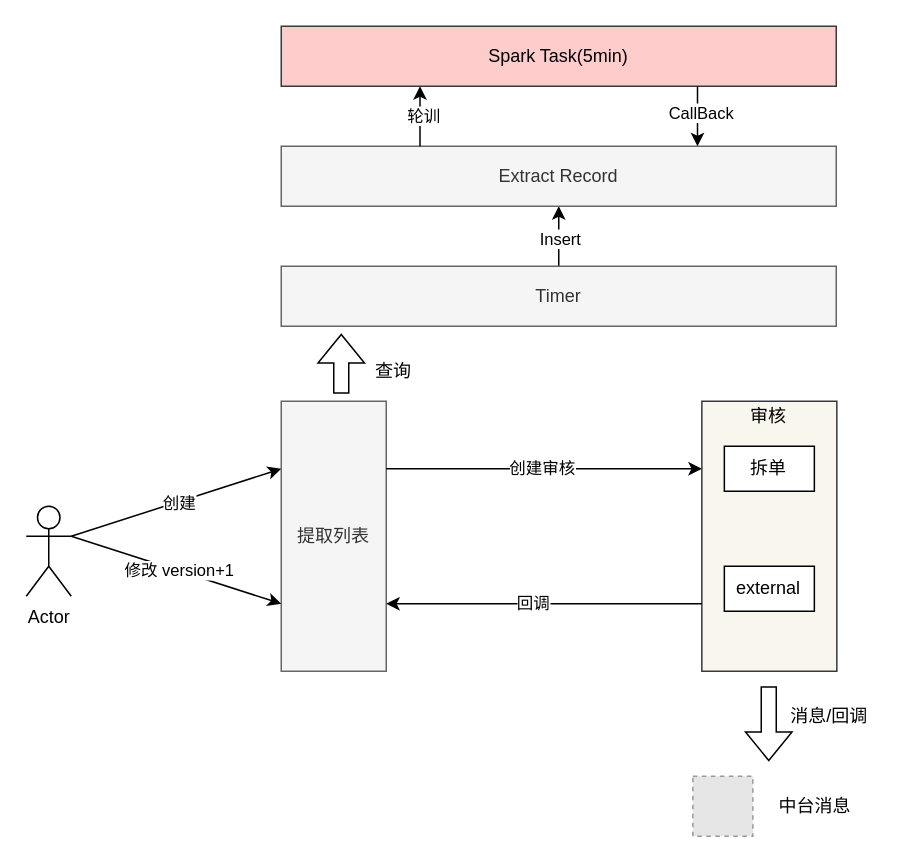
Before: feature_export.drawio in learn2Pro/draw_io_save, a draw.io diagram. Source tidied: cells renumbered, new cells numbered last; positions are measured from the earlier drawing's top-left corner, leaving out a move shared by most shapes. Both pictures are drawn from the tidied source at 150%, with x=0, y=0 at pixel (26, 26). Pictures stored in the file or linked from it are replaced by grey dashed boxes.
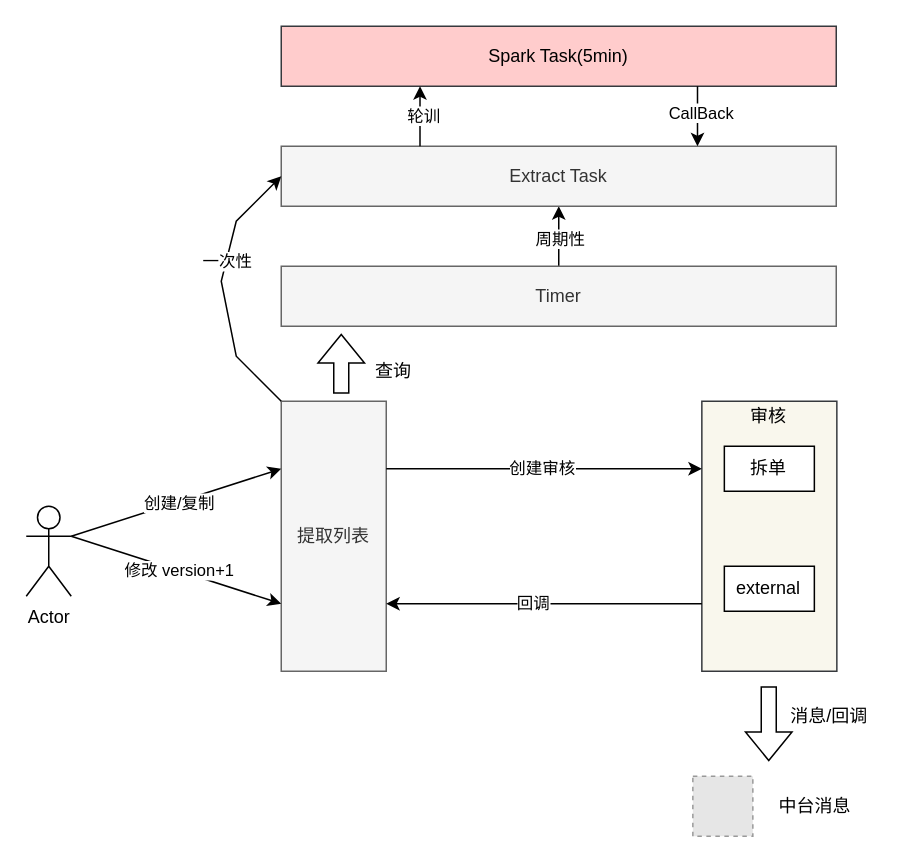
The same diagram, later.

Unchanged cells that the change refers to:
```xml
<mxCell id="3" value="提取列表" style="rounded=0;whiteSpace=wrap;html=1;fillColor=#f5f5f5;fontColor=#333333;strokeColor=#666666;" parent="1" vertex="1">
  <mxGeometry x="170" y="250" width="70" height="180" as="geometry" />
</mxCell>
<mxCell id="4" style="endArrow=classic;html=1;rounded=0;entryX=0;entryY=0.25;entryDx=0;entryDy=0;exitX=1;exitY=0.3333333333333333;exitDx=0;exitDy=0;exitPerimeter=0;" parent="1" edge="1" source="2" target="3">
  <mxGeometry relative="1" as="geometry" />
</mxCell>
<mxCell id="21" style="edgeStyle=orthogonalEdgeStyle;rounded=0;jettySize=auto;html=1;" parent="1" edge="1" source="23" target="24">
  <mxGeometry relative="1" as="geometry" />
</mxCell>
```

The edit, as a diff of the source:
```diff
@@
-    <mxCell id="5" value="创建" style="edgeLabel;html=1;align=center;verticalAlign=middle;" parent="4" vertex="1">
+    <mxCell id="5" value="创建/复制" style="edgeLabel;html=1;align=center;verticalAlign=middle;" parent="4" vertex="1">
       <mxGeometry x="0.02" relative="1" as="geometry" />
     </mxCell>
@@
-    <mxCell id="22" value="Insert" style="edgeLabel;html=1;align=center;verticalAlign=middle;" parent="21" vertex="1">
+    <mxCell id="22" value="周期性" style="edgeLabel;html=1;align=center;verticalAlign=middle;" parent="21" vertex="1">
       <mxGeometry x="-0.03" relative="1" as="geometry" />
     </mxCell>
@@
-    <mxCell id="24" value="Extract Record" style="rounded=0;whiteSpace=wrap;html=1;fillColor=#f5f5f5;strokeColor=#666666;fontColor=#333333;" parent="1" vertex="1">
+    <mxCell id="24" value="Extract Task" style="rounded=0;whiteSpace=wrap;html=1;fillColor=#f5f5f5;strokeColor=#666666;fontColor=#333333;" parent="1" vertex="1">
       <mxGeometry x="170" y="80" width="370" height="40" as="geometry" />
     </mxCell>
@@
+    <mxCell id="32" style="endArrow=classic;html=1;rounded=0;exitX=0;exitY=0;exitDx=0;exitDy=0;entryX=0;entryY=0.5;entryDx=0;entryDy=0;" parent="1" edge="1" source="3" target="24">
+      <mxGeometry relative="1" as="geometry">
+        <Array as="points">
+          <mxPoint x="140" y="220" />
+          <mxPoint x="130" y="170" />
+          <mxPoint x="140" y="130" />
+        </Array>
+      </mxGeometry>
+    </mxCell>
+    <mxCell id="33" value="一次性" style="edgeLabel;html=1;align=center;verticalAlign=middle;" parent="32" vertex="1">
+      <mxGeometry x="0.21" relative="1" as="geometry" />
+    </mxCell>
```
